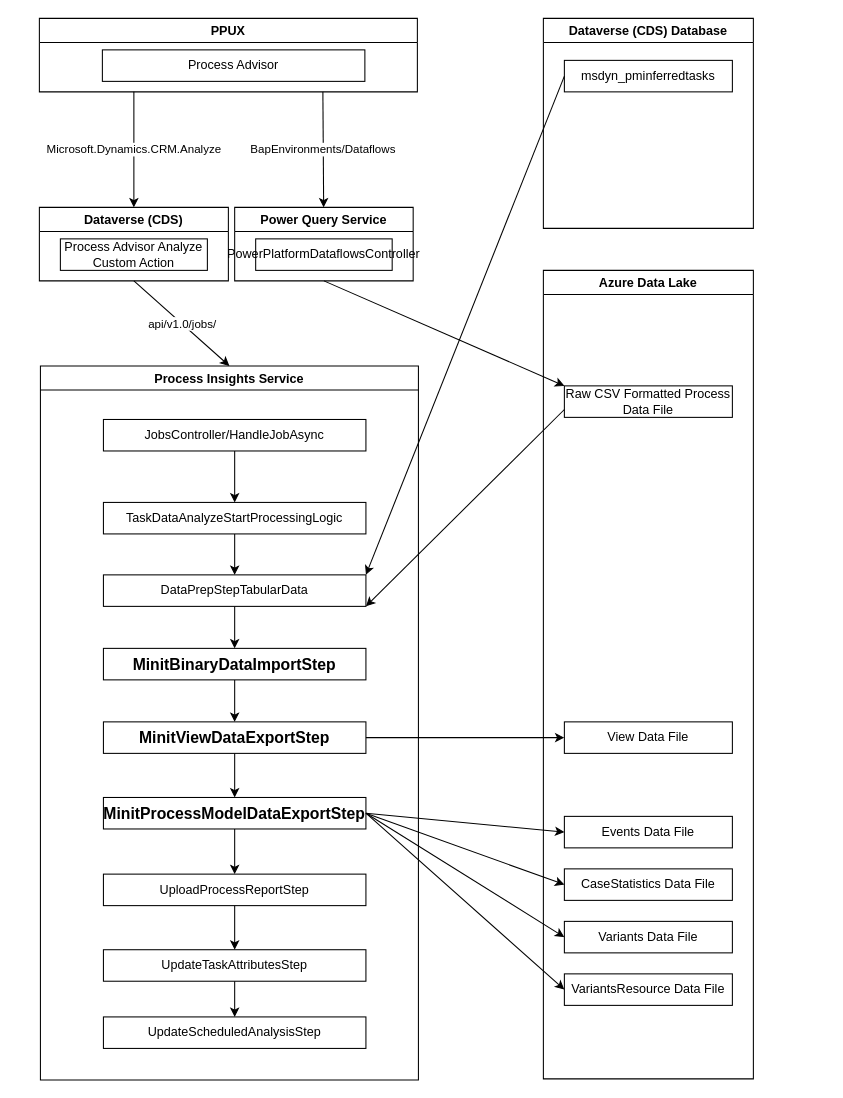
luchenatwork/Diagram keeps this draw.io diagram as Process Insights Service and Minit Integration.drawio. Above is the earlier version. Source tidied: cells renumbered, new cells numbered last; positions are measured from the earlier drawing's top-left corner, leaving out a move shared by most shapes. Both pictures are drawn from the tidied source at 105%, with x=0, y=0 at pixel (39, 18).
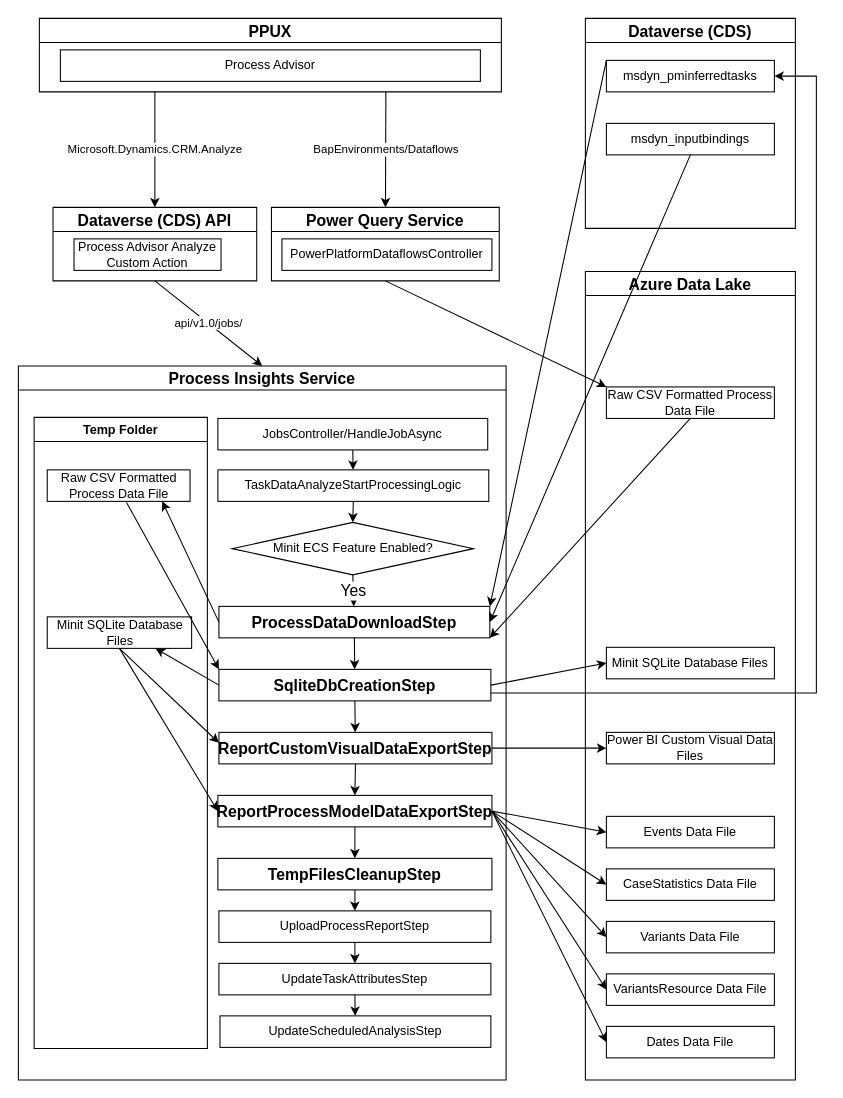
After the change.

The change refers to these unchanged cells:
```xml
<mxCell id="27" value="msdyn_pminferredtasks" style="rounded=0;whiteSpace=wrap;html=1;" parent="26" vertex="1">
  <mxGeometry x="20" y="40" width="160" height="30" as="geometry" />
</mxCell>
<mxCell id="29" value="Raw CSV Formatted Process Data File" style="rounded=0;whiteSpace=wrap;html=1;" parent="28" vertex="1">
  <mxGeometry x="20" y="110" width="160" height="30" as="geometry" />
</mxCell>
```

Change to the diagram source:
```diff
@@
-    <mxCell id="2" value="PPUX" style="swimlane;" parent="1" vertex="1">
-      <mxGeometry width="360" height="70" as="geometry" />
+    <mxCell id="2" value="PPUX" style="swimlane;fontSize=15;" parent="1" vertex="1">
+      <mxGeometry width="440" height="70" as="geometry" />
     </mxCell>
     <mxCell id="3" value="Process Advisor" style="rounded=0;whiteSpace=wrap;html=1;" parent="2" vertex="1">
-      <mxGeometry x="60" y="30" width="250" height="30" as="geometry" />
+      <mxGeometry x="20" y="30" width="400" height="30" as="geometry" />
     </mxCell>
-    <mxCell id="4" value="Dataverse (CDS)" style="swimlane;" parent="1" vertex="1">
-      <mxGeometry y="180" width="180" height="70" as="geometry" />
+    <mxCell id="4" value="Dataverse (CDS) API" style="swimlane;fontSize=15;" parent="1" vertex="1">
+      <mxGeometry x="13" y="180" width="194" height="70" as="geometry" />
     </mxCell>
@@
-    <mxCell id="6" value="Process Insights Service" style="swimlane;" parent="1" vertex="1">
-      <mxGeometry x="1" y="331" width="360" height="680" as="geometry" />
+    <mxCell id="6" value="Process Insights Service" style="swimlane;startSize=23;fontSize=15;" parent="1" vertex="1">
+      <mxGeometry x="-20" y="331" width="464.5" height="680" as="geometry" />
     </mxCell>
     <mxCell id="7" value="JobsController/HandleJobAsync" style="rounded=0;whiteSpace=wrap;html=1;" parent="6" vertex="1">
-      <mxGeometry x="60" y="51" width="250" height="30" as="geometry" />
+      <mxGeometry x="190" y="50" width="257" height="30" as="geometry" />
     </mxCell>
     <mxCell id="8" value="TaskDataAnalyzeStartProcessingLogic" style="rounded=0;whiteSpace=wrap;html=1;" parent="6" vertex="1">
-      <mxGeometry x="60" y="130" width="250" height="30" as="geometry" />
+      <mxGeometry x="190" y="99" width="258" height="30" as="geometry" />
     </mxCell>
-    <mxCell id="9" value="DataPrepStepTabularData" style="rounded=0;whiteSpace=wrap;html=1;" parent="6" vertex="1">
-      <mxGeometry x="60" y="199" width="250" height="30" as="geometry" />
+    <mxCell id="9" value="&lt;b&gt;&lt;font style=&quot;font-size: 15px;&quot;&gt;ProcessDataDownloadStep&lt;/font&gt;&lt;/b&gt;" style="rounded=0;whiteSpace=wrap;html=1;" parent="6" vertex="1">
+      <mxGeometry x="191" y="229" width="258" height="30" as="geometry" />
     </mxCell>
-    <mxCell id="10" value="MinitBinaryDataImportStep" style="rounded=0;whiteSpace=wrap;html=1;fontStyle=1;fontSize=15;" parent="6" vertex="1">
-      <mxGeometry x="60" y="269" width="250" height="30" as="geometry" />
+    <mxCell id="10" value="SqliteDbCreationStep" style="rounded=0;whiteSpace=wrap;html=1;fontStyle=1;fontSize=15;" parent="6" vertex="1">
+      <mxGeometry x="191" y="289" width="259" height="30" as="geometry" />
     </mxCell>
-    <mxCell id="11" value="MinitViewDataExportStep" style="rounded=0;whiteSpace=wrap;html=1;fontStyle=1;fontSize=15;" parent="6" vertex="1">
-      <mxGeometry x="60" y="339" width="250" height="30" as="geometry" />
+    <mxCell id="11" value="ReportCustomVisualDataExportStep" style="rounded=0;whiteSpace=wrap;html=1;fontStyle=1;fontSize=15;" parent="6" vertex="1">
+      <mxGeometry x="191" y="349" width="260" height="30" as="geometry" />
     </mxCell>
     <mxCell id="12" value="UploadProcessReportStep" style="rounded=0;whiteSpace=wrap;html=1;" parent="6" vertex="1">
-      <mxGeometry x="60" y="484" width="250" height="30" as="geometry" />
+      <mxGeometry x="191" y="519" width="259" height="30" as="geometry" />
     </mxCell>
     <mxCell id="13" value="UpdateTaskAttributesStep" style="rounded=0;whiteSpace=wrap;html=1;" parent="6" vertex="1">
-      <mxGeometry x="60" y="556" width="250" height="30" as="geometry" />
+      <mxGeometry x="191" y="569" width="259" height="30" as="geometry" />
     </mxCell>
     <mxCell id="14" value="UpdateScheduledAnalysisStep" style="rounded=0;whiteSpace=wrap;html=1;" parent="6" vertex="1">
-      <mxGeometry x="60" y="620" width="250" height="30" as="geometry" />
+      <mxGeometry x="192" y="619" width="258" height="30" as="geometry" />
     </mxCell>
-    <mxCell id="15" value="MinitProcessModelDataExportStep" style="rounded=0;whiteSpace=wrap;html=1;fontStyle=1;fontSize=15;" parent="6" vertex="1">
-      <mxGeometry x="60" y="411" width="250" height="30" as="geometry" />
+    <mxCell id="15" value="ReportProcessModelDataExportStep" style="rounded=0;whiteSpace=wrap;html=1;fontStyle=1;fontSize=15;" parent="6" vertex="1">
+      <mxGeometry x="190" y="409" width="261" height="30" as="geometry" />
     </mxCell>
@@
-    <mxCell id="17" style="endArrow=classic;html=1;rounded=0;fontSize=15;exitX=0.5;exitY=1;exitDx=0;exitDy=0;" parent="6" edge="1" source="8" target="9">
+    <mxCell id="17" value="Yes" style="endArrow=classic;html=1;rounded=0;fontSize=15;exitX=0.5;exitY=1;exitDx=0;exitDy=0;startArrow=none;" parent="6" edge="1" source="49" target="9">
       <mxGeometry relative="1" as="geometry" />
     </mxCell>
@@
-    <mxCell id="21" style="endArrow=classic;html=1;rounded=0;fontSize=15;exitX=0.5;exitY=1;exitDx=0;exitDy=0;entryX=0.5;entryY=0;entryDx=0;entryDy=0;" parent="6" edge="1" source="15" target="12">
-      <mxGeometry relative="1" as="geometry" />
-    </mxCell>
@@
+    <mxCell id="46" value="Temp Folder" style="swimlane;startSize=23;" parent="6" vertex="1">
+      <mxGeometry x="15" y="49" width="165" height="601" as="geometry" />
+    </mxCell>
+    <mxCell id="47" value="Raw CSV Formatted Process Data File" style="rounded=0;whiteSpace=wrap;html=1;" parent="46" vertex="1">
+      <mxGeometry x="12.5" y="50" width="136" height="30" as="geometry" />
+    </mxCell>
+    <mxCell id="48" value="Minit SQLite Database Files" style="rounded=0;whiteSpace=wrap;html=1;" parent="46" vertex="1">
+      <mxGeometry x="12.5" y="190" width="137.5" height="30" as="geometry" />
+    </mxCell>
+    <mxCell id="49" value="Minit ECS Feature Enabled?" style="rhombus;whiteSpace=wrap;html=1;" parent="6" vertex="1">
+      <mxGeometry x="203.5" y="149" width="230" height="50" as="geometry" />
+    </mxCell>
+    <mxCell id="50" style="endArrow=classic;html=1;rounded=0;entryX=0.5;entryY=0;entryDx=0;entryDy=0;exitX=0.5;exitY=1;exitDx=0;exitDy=0;" parent="6" edge="1" source="8" target="49">
+      <mxGeometry relative="1" as="geometry" />
+    </mxCell>
+    <mxCell id="51" style="endArrow=classic;html=1;rounded=0;fontSize=15;entryX=0.805;entryY=1;entryDx=0;entryDy=0;exitX=0;exitY=0.5;exitDx=0;exitDy=0;entryPerimeter=0;" parent="6" edge="1" source="9" target="47">
+      <mxGeometry relative="1" as="geometry" />
+    </mxCell>
+    <mxCell id="52" style="endArrow=classic;html=1;rounded=0;fontSize=15;entryX=0.75;entryY=1;entryDx=0;entryDy=0;exitX=0;exitY=0.5;exitDx=0;exitDy=0;" parent="6" edge="1" source="10" target="48">
+      <mxGeometry relative="1" as="geometry" />
+    </mxCell>
+    <mxCell id="53" style="endArrow=classic;html=1;rounded=0;fontSize=15;entryX=0;entryY=0.333;entryDx=0;entryDy=0;entryPerimeter=0;exitX=0.5;exitY=1;exitDx=0;exitDy=0;" parent="6" edge="1" source="48" target="11">
+      <mxGeometry relative="1" as="geometry" />
+    </mxCell>
+    <mxCell id="54" style="endArrow=classic;html=1;rounded=0;fontSize=15;exitX=0.5;exitY=1;exitDx=0;exitDy=0;entryX=0;entryY=0.5;entryDx=0;entryDy=0;" parent="6" edge="1" source="48" target="15">
+      <mxGeometry relative="1" as="geometry" />
+    </mxCell>
+    <mxCell id="55" value="TempFilesCleanupStep" style="rounded=0;whiteSpace=wrap;html=1;fontStyle=1;fontSize=15;" parent="6" vertex="1">
+      <mxGeometry x="190" y="469" width="261" height="30" as="geometry" />
+    </mxCell>
+    <mxCell id="56" style="endArrow=classic;html=1;rounded=0;fontSize=15;exitX=0.5;exitY=1;exitDx=0;exitDy=0;entryX=0.5;entryY=0;entryDx=0;entryDy=0;" parent="6" edge="1" source="15" target="55">
+      <mxGeometry relative="1" as="geometry" />
+    </mxCell>
+    <mxCell id="57" style="endArrow=classic;html=1;rounded=0;fontSize=15;exitX=0.5;exitY=1;exitDx=0;exitDy=0;entryX=0.5;entryY=0;entryDx=0;entryDy=0;" parent="6" edge="1" source="55" target="12">
+      <mxGeometry relative="1" as="geometry" />
+    </mxCell>
+    <mxCell id="58" style="endArrow=classic;html=1;rounded=0;fontSize=15;entryX=0;entryY=0;entryDx=0;entryDy=0;exitX=0.555;exitY=1.033;exitDx=0;exitDy=0;exitPerimeter=0;" parent="6" edge="1" source="47" target="10">
+      <mxGeometry relative="1" as="geometry" />
+    </mxCell>
@@
-    <mxCell id="26" value="Dataverse (CDS) Database" style="swimlane;" parent="1" vertex="1">
-      <mxGeometry x="480" width="200" height="200" as="geometry" />
+    <mxCell id="26" value="Dataverse (CDS)" style="swimlane;fontSize=15;" parent="1" vertex="1">
+      <mxGeometry x="520" width="200" height="200" as="geometry" />
     </mxCell>
@@
+    <mxCell id="59" value="msdyn_inputbindings" style="rounded=0;whiteSpace=wrap;html=1;" parent="26" vertex="1">
+      <mxGeometry x="20" y="100" width="160" height="30" as="geometry" />
+    </mxCell>
-    <mxCell id="28" value="Azure Data Lake" style="swimlane;" parent="1" vertex="1">
-      <mxGeometry x="480" y="240" width="200" height="770" as="geometry" />
+    <mxCell id="28" value="Azure Data Lake" style="swimlane;fontSize=15;" parent="1" vertex="1">
+      <mxGeometry x="520" y="241" width="200" height="770" as="geometry" />
     </mxCell>
@@
     <mxCell id="30" value="Events Data File" style="rounded=0;whiteSpace=wrap;html=1;" parent="28" vertex="1">
-      <mxGeometry x="20" y="520" width="160" height="30" as="geometry" />
+      <mxGeometry x="20" y="519" width="160" height="30" as="geometry" />
     </mxCell>
     <mxCell id="31" value="Variants Data File" style="rounded=0;whiteSpace=wrap;html=1;" parent="28" vertex="1">
-      <mxGeometry x="20" y="620" width="160" height="30" as="geometry" />
+      <mxGeometry x="20" y="619" width="160" height="30" as="geometry" />
     </mxCell>
     <mxCell id="32" value="CaseStatistics Data File" style="rounded=0;whiteSpace=wrap;html=1;" parent="28" vertex="1">
-      <mxGeometry x="20" y="570" width="160" height="30" as="geometry" />
+      <mxGeometry x="20" y="569" width="160" height="30" as="geometry" />
     </mxCell>
     <mxCell id="33" value="VariantsResource Data File" style="rounded=0;whiteSpace=wrap;html=1;" parent="28" vertex="1">
-      <mxGeometry x="20" y="670" width="160" height="30" as="geometry" />
+      <mxGeometry x="20" y="669" width="160" height="30" as="geometry" />
     </mxCell>
-    <mxCell id="34" value="View Data File" style="rounded=0;whiteSpace=wrap;html=1;" parent="28" vertex="1">
-      <mxGeometry x="20" y="430" width="160" height="30" as="geometry" />
+    <mxCell id="34" value="Power BI Custom Visual Data Files" style="rounded=0;whiteSpace=wrap;html=1;" parent="28" vertex="1">
+      <mxGeometry x="20" y="439" width="160" height="30" as="geometry" />
     </mxCell>
+    <mxCell id="60" value="Minit SQLite Database Files" style="rounded=0;whiteSpace=wrap;html=1;" parent="28" vertex="1">
+      <mxGeometry x="20" y="358" width="160" height="30" as="geometry" />
+    </mxCell>
+    <mxCell id="61" value="Dates Data File" style="rounded=0;whiteSpace=wrap;html=1;" parent="28" vertex="1">
+      <mxGeometry x="20" y="719" width="160" height="30" as="geometry" />
+    </mxCell>
-    <mxCell id="35" value="Power Query Service" style="swimlane;" parent="1" vertex="1">
-      <mxGeometry x="186" y="180" width="170" height="70" as="geometry" />
+    <mxCell id="35" value="Power Query Service" style="swimlane;fontSize=15;" parent="1" vertex="1">
+      <mxGeometry x="221" y="180" width="217" height="70" as="geometry" />
     </mxCell>
     <mxCell id="36" value="PowerPlatformDataflowsController" style="rounded=0;whiteSpace=wrap;html=1;" parent="35" vertex="1">
-      <mxGeometry x="20" y="30" width="130" height="30" as="geometry" />
+      <mxGeometry x="10" y="30" width="200" height="30" as="geometry" />
     </mxCell>
@@
-    <mxCell id="39" style="endArrow=classic;html=1;rounded=0;exitX=0;exitY=0.5;exitDx=0;exitDy=0;entryX=1;entryY=0;entryDx=0;entryDy=0;" parent="1" edge="1" source="27" target="9">
+    <mxCell id="39" style="endArrow=classic;html=1;rounded=0;exitX=0;exitY=0;exitDx=0;exitDy=0;entryX=1;entryY=0;entryDx=0;entryDy=0;exitPerimeter=0;" parent="1" edge="1" source="27" target="9">
       <mxGeometry relative="1" as="geometry" />
     </mxCell>
-    <mxCell id="40" style="endArrow=classic;html=1;rounded=0;exitX=0;exitY=0.75;exitDx=0;exitDy=0;entryX=1;entryY=1;entryDx=0;entryDy=0;" parent="1" edge="1" source="29" target="9">
+    <mxCell id="40" style="endArrow=classic;html=1;rounded=0;exitX=0.5;exitY=1;exitDx=0;exitDy=0;entryX=1;entryY=1;entryDx=0;entryDy=0;" parent="1" edge="1" source="29" target="9">
       <mxGeometry relative="1" as="geometry" />
     </mxCell>
@@
+    <mxCell id="62" style="endArrow=classic;html=1;rounded=0;entryX=0;entryY=0.5;entryDx=0;entryDy=0;exitX=1;exitY=0.5;exitDx=0;exitDy=0;" parent="1" edge="1" source="15" target="61">
+      <mxGeometry relative="1" as="geometry" />
+    </mxCell>
+    <mxCell id="63" style="endArrow=classic;html=1;rounded=0;entryX=0;entryY=0.5;entryDx=0;entryDy=0;exitX=1;exitY=0.5;exitDx=0;exitDy=0;" parent="1" edge="1" source="10" target="60">
+      <mxGeometry relative="1" as="geometry" />
+    </mxCell>
+    <mxCell id="64" style="endArrow=classic;html=1;rounded=0;fontSize=15;exitX=0.5;exitY=1;exitDx=0;exitDy=0;entryX=1;entryY=0.5;entryDx=0;entryDy=0;" parent="1" edge="1" source="59" target="9">
+      <mxGeometry relative="1" as="geometry" />
+    </mxCell>
+    <mxCell id="65" style="endArrow=classic;html=1;rounded=0;fontSize=15;exitX=1;exitY=0.75;exitDx=0;exitDy=0;edgeStyle=orthogonalEdgeStyle;entryX=1;entryY=0.5;entryDx=0;entryDy=0;" parent="1" edge="1" source="10" target="27">
+      <mxGeometry relative="1" as="geometry">
+        <Array as="points">
+          <mxPoint x="740" y="643" />
+          <mxPoint x="740" y="55" />
+        </Array>
+      </mxGeometry>
+    </mxCell>
```
